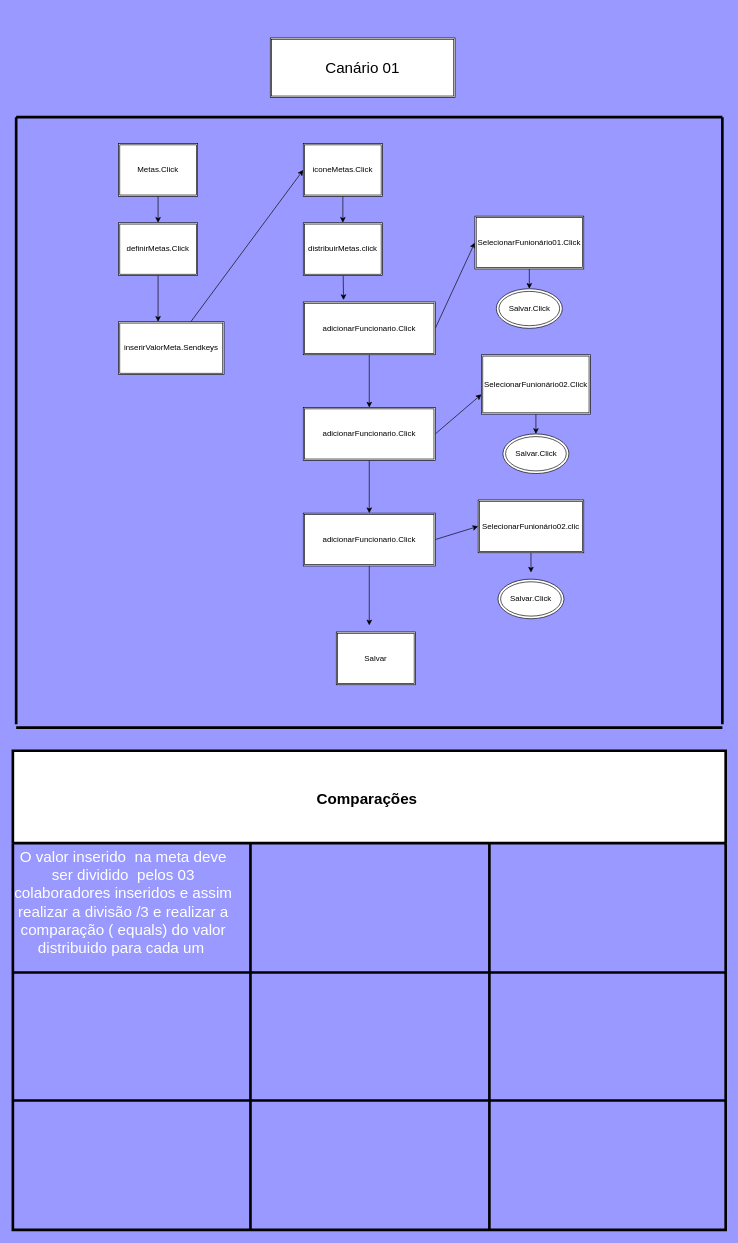
Before: page "Page definirMetas" (2 of 3) of PROJETOS/AutomaçãoWeb/AutomaçãoWeb.drawio in Jovani-QA/Documenta-o, a draw.io diagram. Source tidied: cells renumbered, new cells numbered last; positions are measured from the earlier drawing's top-left corner, leaving out a move shared by most shapes. Both pictures are drawn from the tidied source at 66%, with x=0, y=0 at pixel (13, 38).
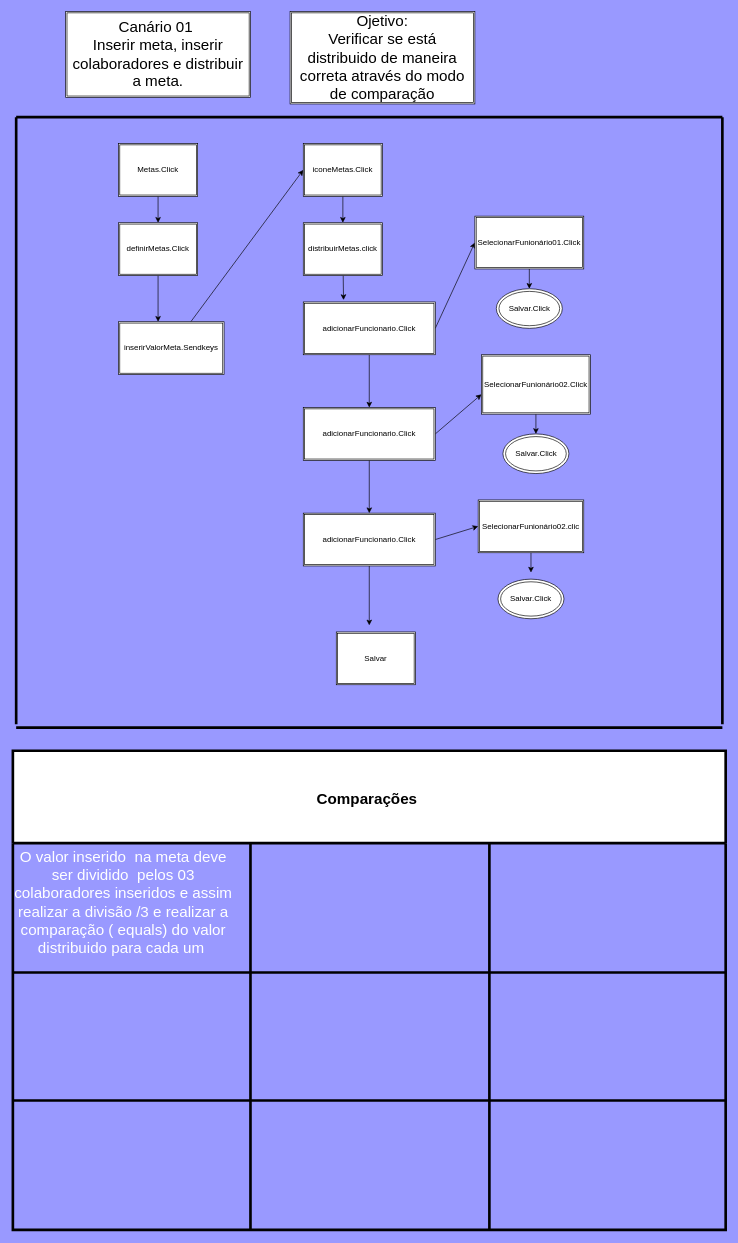
The same page after the edit.

The edit, as a diff of the source:
```diff
@@
-    <mxCell id="31" value="&lt;font style=&quot;font-size: 23px&quot;&gt;Canário 01&lt;/font&gt;" style="shape=ext;double=1;rounded=0;whiteSpace=wrap;html=1;" parent="1" vertex="1">
-      <mxGeometry x="390" width="280" height="90" as="geometry" />
+    <mxCell id="31" value="&lt;font style=&quot;font-size: 23px&quot;&gt;Canário 01&amp;nbsp;&lt;br&gt;Inserir meta, inserir colaboradores e distribuir a meta.&lt;br&gt;&lt;/font&gt;" style="shape=ext;double=1;rounded=0;whiteSpace=wrap;html=1;" parent="1" vertex="1">
+      <mxGeometry x="80" y="-40" width="280" height="130" as="geometry" />
     </mxCell>
@@
+    <mxCell id="50" value="&lt;font style=&quot;font-size: 23px&quot;&gt;Ojetivo:&lt;br&gt;Verificar se está distribuido de maneira correta através do modo de comparação&lt;br&gt;&lt;/font&gt;" style="shape=ext;double=1;rounded=0;whiteSpace=wrap;html=1;" parent="1" vertex="1">
+      <mxGeometry x="420" y="-40" width="280" height="140" as="geometry" />
+    </mxCell>
```
